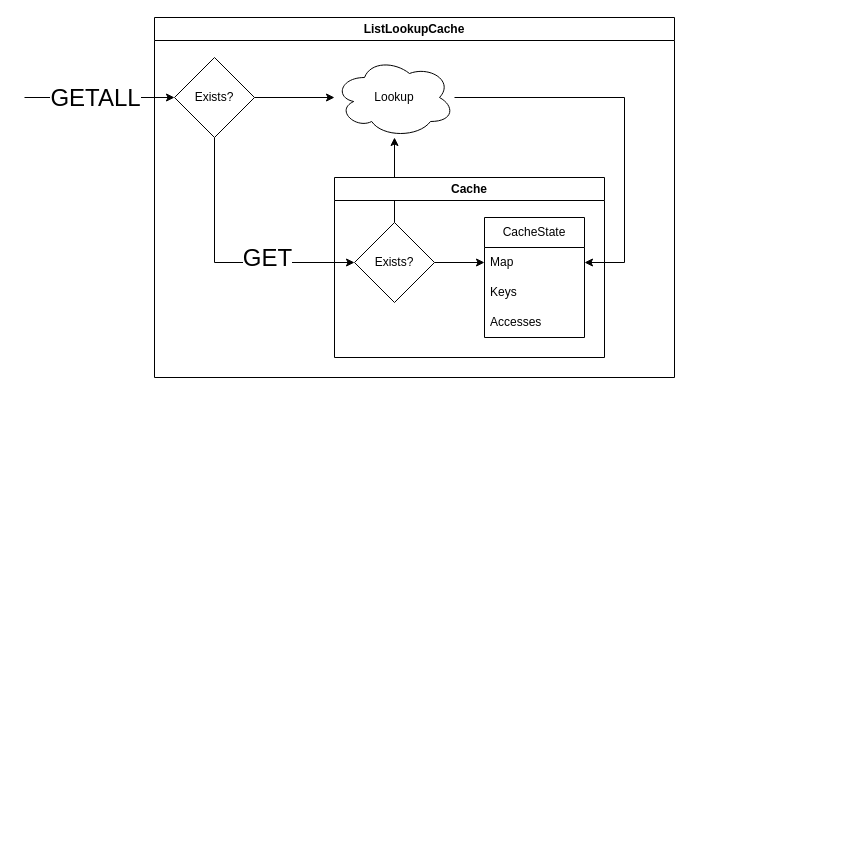
Before: assets/images/2023/12/cache_composition.drawio in stevenrskelton/stevenrskelton.github.io, a draw.io diagram. Source tidied: cells renumbered, new cells numbered last; positions are measured from the earlier drawing's top-left corner, leaving out a move shared by most shapes. Both pictures are drawn from the tidied source at 100%, with x=0, y=0 at pixel (24, 17).
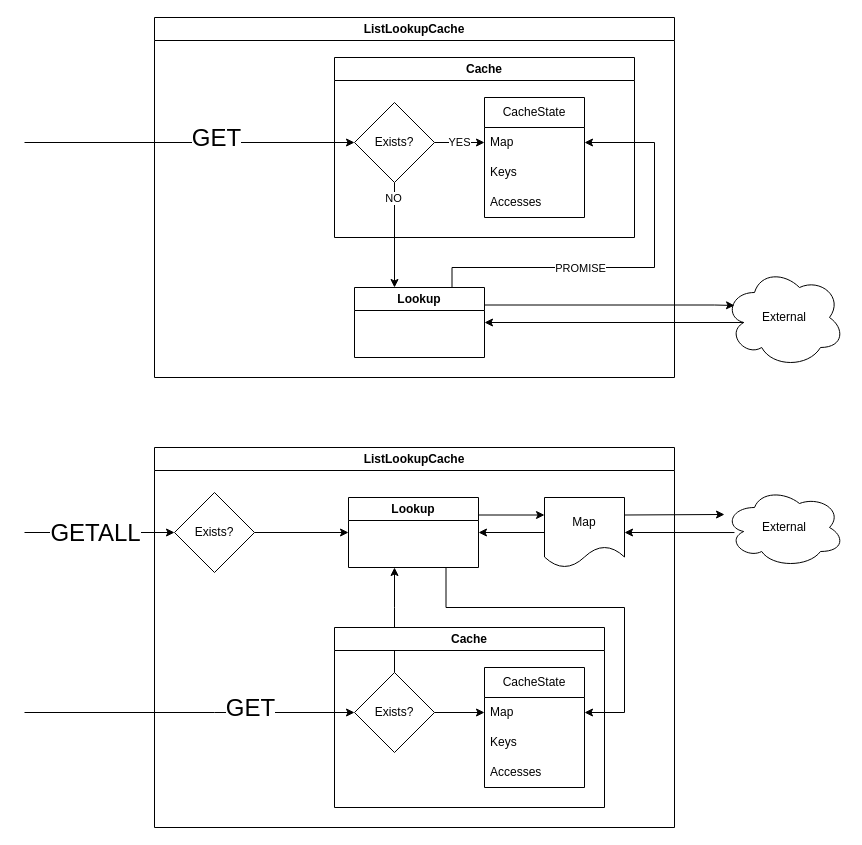
The same diagram, later.

The change refers to these unchanged cells:
```xml
<mxCell id="2" value="ListLookupCache" style="swimlane;whiteSpace=wrap;html=1;" parent="1" vertex="1">
  <mxGeometry x="130" width="520" height="360" as="geometry" />
</mxCell>
<mxCell id="6" value="Map" style="text;strokeColor=none;fillColor=none;align=left;verticalAlign=middle;spacingLeft=4;spacingRight=4;overflow=hidden;points=[[0,0.5],[1,0.5]];portConstraint=eastwest;whiteSpace=wrap;html=1;" parent="5" vertex="1">
  <mxGeometry y="30" width="100" height="30" as="geometry" />
</mxCell>
<mxCell id="10" value="Exists?" style="rhombus;whiteSpace=wrap;html=1;" parent="4" vertex="1">
  <mxGeometry x="20" y="45" width="80" height="80" as="geometry" />
</mxCell>
```

What changed in the source:
```diff
@@
-    <mxCell id="3" style="edgeStyle=orthogonalEdgeStyle;rounded=0;jettySize=auto;html=1;exitX=0.5;exitY=0;exitDx=0;exitDy=0;" parent="2" edge="1" source="10" target="11">
+    <mxCell id="3" style="edgeStyle=orthogonalEdgeStyle;rounded=0;jettySize=auto;html=1;exitX=0.5;exitY=1;exitDx=0;exitDy=0;" parent="2" edge="1" source="10">
       <mxGeometry relative="1" as="geometry">
-        <Array as="points">
-          <mxPoint x="260" y="120" />
-        </Array>
+        <mxPoint x="240" y="270" as="targetPoint" />
       </mxGeometry>
     </mxCell>
+    <mxCell id="19" value="NO" style="edgeLabel;html=1;align=center;verticalAlign=middle;" parent="3" vertex="1">
+      <mxGeometry x="-0.72" y="-2" relative="1" as="geometry" />
+    </mxCell>
     <mxCell id="4" value="Cache" style="swimlane;whiteSpace=wrap;html=1;" parent="2" vertex="1">
-      <mxGeometry x="180" y="160" width="270" height="180" as="geometry" />
+      <mxGeometry x="180" y="40" width="300" height="180" as="geometry" />
     </mxCell>
@@
-    <mxCell id="9" style="edgeStyle=orthogonalEdgeStyle;rounded=0;jettySize=auto;html=1;entryX=0;entryY=0.5;entryDx=0;entryDy=0;" parent="4" edge="1" source="10" target="6">
+    <mxCell id="9" value="YES" style="edgeStyle=orthogonalEdgeStyle;rounded=0;jettySize=auto;html=1;entryX=0;entryY=0.5;entryDx=0;entryDy=0;" parent="4" edge="1" source="10" target="6">
       <mxGeometry relative="1" as="geometry" />
     </mxCell>
@@
-    <mxCell id="11" value="Lookup" style="ellipse;shape=cloud;whiteSpace=wrap;html=1;" parent="2" vertex="1">
-      <mxGeometry x="180" y="40" width="120" height="80" as="geometry" />
-    </mxCell>
-    <mxCell id="12" style="edgeStyle=orthogonalEdgeStyle;rounded=0;jettySize=auto;html=1;entryX=1;entryY=0.5;entryDx=0;entryDy=0;" parent="2" edge="1" source="11" target="6">
+    <mxCell id="12" style="edgeStyle=orthogonalEdgeStyle;rounded=0;jettySize=auto;html=1;entryX=1;entryY=0.5;entryDx=0;entryDy=0;exitX=0.75;exitY=0;exitDx=0;exitDy=0;" parent="2" edge="1" source="21" target="6">
       <mxGeometry relative="1" as="geometry">
         <Array as="points">
-          <mxPoint x="470" y="80" />
-          <mxPoint x="470" y="245" />
+          <mxPoint x="298" y="250" />
+          <mxPoint x="500" y="250" />
+          <mxPoint x="500" y="125" />
         </Array>
       </mxGeometry>
     </mxCell>
+    <mxCell id="20" value="PROMISE" style="edgeLabel;html=1;align=center;verticalAlign=middle;" parent="12" vertex="1">
+      <mxGeometry x="-0.29" relative="1" as="geometry" />
+    </mxCell>
-    <mxCell id="13" style="edgeStyle=orthogonalEdgeStyle;rounded=0;jettySize=auto;html=1;exitX=0.5;exitY=1;exitDx=0;exitDy=0;entryX=0;entryY=0.5;entryDx=0;entryDy=0;" parent="2" edge="1" source="16" target="10">
+    <mxCell id="13" style="edgeStyle=orthogonalEdgeStyle;rounded=0;jettySize=auto;html=1;entryX=0;entryY=0.5;entryDx=0;entryDy=0;" parent="2" edge="1" target="10">
       <mxGeometry relative="1" as="geometry">
+        <mxPoint x="-130" y="125" as="sourcePoint" />
         <Array as="points">
-          <mxPoint x="60" y="245" />
+          <mxPoint x="60" y="125" />
         </Array>
       </mxGeometry>
     </mxCell>
     <mxCell id="14" value="GET" style="edgeLabel;html=1;align=center;verticalAlign=middle;fontSize=24;" parent="13" vertex="1">
       <mxGeometry x="0.47" relative="1" as="geometry">
-        <mxPoint x="-18" y="-5" as="offset" />
+        <mxPoint x="-52" y="-5" as="offset" />
       </mxGeometry>
     </mxCell>
-    <mxCell id="15" style="edgeStyle=orthogonalEdgeStyle;rounded=0;jettySize=auto;html=1;exitX=1;exitY=0.5;exitDx=0;exitDy=0;" parent="2" edge="1" source="16" target="11">
-      <mxGeometry relative="1" as="geometry" />
-    </mxCell>
-    <mxCell id="16" value="Exists?" style="rhombus;whiteSpace=wrap;html=1;" parent="2" vertex="1">
-      <mxGeometry x="20" y="40" width="80" height="80" as="geometry" />
-    </mxCell>
-    <mxCell id="17" style="endArrow=classic;html=1;rounded=0;entryX=0;entryY=0.5;entryDx=0;entryDy=0;" parent="1" edge="1" target="16">
-      <mxGeometry relative="1" as="geometry">
-        <mxPoint y="80" as="sourcePoint" />
-      </mxGeometry>
-    </mxCell>
+    <mxCell id="21" value="Lookup" style="swimlane;whiteSpace=wrap;html=1;" parent="2" vertex="1">
+      <mxGeometry x="200" y="270" width="130" height="70" as="geometry" />
+    </mxCell>
+    <mxCell id="22" value="External" style="ellipse;shape=cloud;whiteSpace=wrap;html=1;" parent="1" vertex="1">
+      <mxGeometry x="700" y="250" width="120" height="100" as="geometry" />
+    </mxCell>
+    <mxCell id="23" value="ListLookupCache" style="swimlane;whiteSpace=wrap;html=1;" parent="1" vertex="1">
+      <mxGeometry x="130" y="430" width="520" height="380" as="geometry" />
+    </mxCell>
+    <mxCell id="24" style="edgeStyle=orthogonalEdgeStyle;rounded=0;jettySize=auto;html=1;exitX=0.5;exitY=0;exitDx=0;exitDy=0;" parent="23" edge="1" source="31">
+      <mxGeometry relative="1" as="geometry">
+        <mxPoint x="240" y="120" as="targetPoint" />
+        <Array as="points">
+          <mxPoint x="240" y="160" />
+          <mxPoint x="240" y="160" />
+        </Array>
+      </mxGeometry>
+    </mxCell>
+    <mxCell id="25" value="Cache" style="swimlane;whiteSpace=wrap;html=1;" parent="23" vertex="1">
+      <mxGeometry x="180" y="180" width="270" height="180" as="geometry" />
+    </mxCell>
+    <mxCell id="26" value="CacheState" style="swimlane;fontStyle=0;horizontal=1;startSize=30;whiteSpace=wrap;html=1;" parent="25" vertex="1">
+      <mxGeometry x="150" y="40" width="100" height="120" as="geometry" />
+    </mxCell>
+    <mxCell id="27" value="Map" style="text;strokeColor=none;fillColor=none;align=left;verticalAlign=middle;spacingLeft=4;spacingRight=4;overflow=hidden;points=[[0,0.5],[1,0.5]];portConstraint=eastwest;whiteSpace=wrap;html=1;" parent="26" vertex="1">
+      <mxGeometry y="30" width="100" height="30" as="geometry" />
+    </mxCell>
+    <mxCell id="28" value="Keys" style="text;strokeColor=none;fillColor=none;align=left;verticalAlign=middle;spacingLeft=4;spacingRight=4;overflow=hidden;whiteSpace=wrap;html=1;" parent="26" vertex="1">
+      <mxGeometry y="60" width="100" height="30" as="geometry" />
+    </mxCell>
+    <mxCell id="29" value="Accesses" style="text;strokeColor=none;fillColor=none;align=left;verticalAlign=middle;spacingLeft=4;spacingRight=4;overflow=hidden;whiteSpace=wrap;html=1;" parent="26" vertex="1">
+      <mxGeometry y="90" width="100" height="30" as="geometry" />
+    </mxCell>
+    <mxCell id="30" style="edgeStyle=orthogonalEdgeStyle;rounded=0;jettySize=auto;html=1;entryX=0;entryY=0.5;entryDx=0;entryDy=0;" parent="25" edge="1" source="31" target="27">
+      <mxGeometry relative="1" as="geometry" />
+    </mxCell>
+    <mxCell id="31" value="Exists?" style="rhombus;whiteSpace=wrap;html=1;" parent="25" vertex="1">
+      <mxGeometry x="20" y="45" width="80" height="80" as="geometry" />
+    </mxCell>
+    <mxCell id="32" style="edgeStyle=orthogonalEdgeStyle;rounded=0;jettySize=auto;html=1;entryX=1;entryY=0.5;entryDx=0;entryDy=0;exitX=0.75;exitY=1;exitDx=0;exitDy=0;" parent="23" edge="1" source="38" target="27">
+      <mxGeometry relative="1" as="geometry">
+        <Array as="points">
+          <mxPoint x="292" y="160" />
+          <mxPoint x="470" y="160" />
+          <mxPoint x="470" y="265" />
+        </Array>
+      </mxGeometry>
+    </mxCell>
+    <mxCell id="33" style="edgeStyle=orthogonalEdgeStyle;rounded=0;jettySize=auto;html=1;entryX=0;entryY=0.5;entryDx=0;entryDy=0;" parent="23" edge="1" target="31">
+      <mxGeometry relative="1" as="geometry">
+        <mxPoint x="-130" y="265" as="sourcePoint" />
+        <Array as="points">
+          <mxPoint x="60" y="265" />
+        </Array>
+      </mxGeometry>
+    </mxCell>
+    <mxCell id="34" value="GET" style="edgeLabel;html=1;align=center;verticalAlign=middle;fontSize=24;" parent="33" vertex="1">
+      <mxGeometry x="0.47" relative="1" as="geometry">
+        <mxPoint x="-18" y="-5" as="offset" />
+      </mxGeometry>
+    </mxCell>
+    <mxCell id="35" style="edgeStyle=orthogonalEdgeStyle;rounded=0;jettySize=auto;html=1;exitX=1;exitY=0.5;exitDx=0;exitDy=0;entryX=0;entryY=0.5;entryDx=0;entryDy=0;" parent="23" edge="1" source="36" target="38">
+      <mxGeometry relative="1" as="geometry" />
+    </mxCell>
+    <mxCell id="36" value="Exists?" style="rhombus;whiteSpace=wrap;html=1;" parent="23" vertex="1">
+      <mxGeometry x="20" y="45" width="80" height="80" as="geometry" />
+    </mxCell>
+    <mxCell id="37" style="edgeStyle=orthogonalEdgeStyle;rounded=0;jettySize=auto;html=1;exitX=1;exitY=0.25;exitDx=0;exitDy=0;entryX=0;entryY=0.25;entryDx=0;entryDy=0;" parent="23" edge="1" source="38" target="40">
+      <mxGeometry relative="1" as="geometry" />
+    </mxCell>
+    <mxCell id="38" value="Lookup" style="swimlane;whiteSpace=wrap;html=1;" parent="23" vertex="1">
+      <mxGeometry x="194" y="50" width="130" height="70" as="geometry" />
+    </mxCell>
+    <mxCell id="39" style="edgeStyle=orthogonalEdgeStyle;rounded=0;jettySize=auto;html=1;exitX=0;exitY=0.5;exitDx=0;exitDy=0;entryX=1;entryY=0.5;entryDx=0;entryDy=0;" parent="23" edge="1" source="40" target="38">
+      <mxGeometry relative="1" as="geometry" />
+    </mxCell>
+    <mxCell id="40" value="Map" style="shape=document;whiteSpace=wrap;html=1;boundedLbl=1;" parent="23" vertex="1">
+      <mxGeometry x="390" y="50" width="80" height="70" as="geometry" />
+    </mxCell>
+    <mxCell id="41" style="endArrow=classic;html=1;rounded=0;entryX=0;entryY=0.5;entryDx=0;entryDy=0;" parent="1" edge="1" target="36">
+      <mxGeometry relative="1" as="geometry">
+        <mxPoint y="515" as="sourcePoint" />
+      </mxGeometry>
+    </mxCell>
-    <mxCell id="18" value="GETALL" style="edgeLabel;html=1;align=center;verticalAlign=middle;fontSize=24;" parent="17" vertex="1">
+    <mxCell id="18" value="GETALL" style="edgeLabel;html=1;align=center;verticalAlign=middle;fontSize=24;" parent="41" vertex="1">
       <mxGeometry x="0.24" y="-3" relative="1" as="geometry">
         <mxPoint x="-23" y="-3" as="offset" />
       </mxGeometry>
     </mxCell>
+    <mxCell id="42" style="edgeStyle=orthogonalEdgeStyle;rounded=0;jettySize=auto;html=1;entryX=1;entryY=0.5;entryDx=0;entryDy=0;exitX=0.083;exitY=0.563;exitDx=0;exitDy=0;exitPerimeter=0;" parent="1" edge="1" source="43" target="40">
+      <mxGeometry relative="1" as="geometry" />
+    </mxCell>
+    <mxCell id="43" value="External" style="ellipse;shape=cloud;whiteSpace=wrap;html=1;" parent="1" vertex="1">
+      <mxGeometry x="700" y="470" width="120" height="80" as="geometry" />
+    </mxCell>
+    <mxCell id="44" style="edgeStyle=orthogonalEdgeStyle;rounded=0;jettySize=auto;html=1;exitX=1;exitY=0.25;exitDx=0;exitDy=0;" parent="1" edge="1" source="40">
+      <mxGeometry relative="1" as="geometry">
+        <mxPoint x="700" y="497" as="targetPoint" />
+      </mxGeometry>
+    </mxCell>
+    <mxCell id="45" style="edgeStyle=orthogonalEdgeStyle;rounded=0;jettySize=auto;html=1;exitX=1;exitY=0.25;exitDx=0;exitDy=0;" parent="1" edge="1" source="21">
+      <mxGeometry relative="1" as="geometry">
+        <mxPoint x="710" y="288" as="targetPoint" />
+        <Array as="points">
+          <mxPoint x="690" y="288" />
+        </Array>
+      </mxGeometry>
+    </mxCell>
+    <mxCell id="46" style="edgeStyle=orthogonalEdgeStyle;rounded=0;jettySize=auto;html=1;entryX=1;entryY=0.5;entryDx=0;entryDy=0;exitX=0.16;exitY=0.55;exitDx=0;exitDy=0;exitPerimeter=0;" parent="1" edge="1" source="22" target="21">
+      <mxGeometry relative="1" as="geometry" />
+    </mxCell>
```
